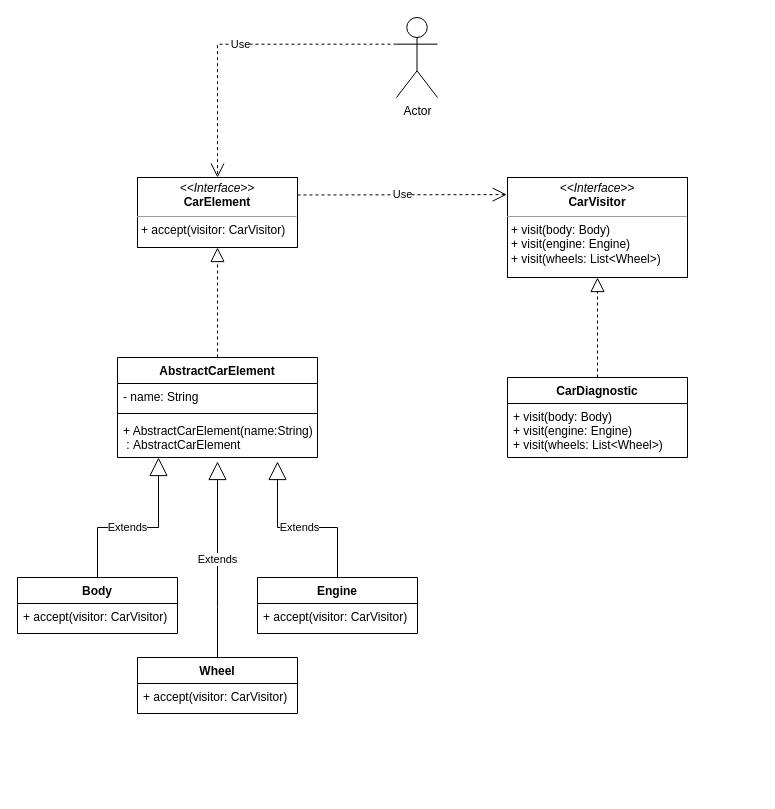
The draw.io diagram src/behavioral/visitor/vistor.drawio in SichniyAndriy/Avada_Task-5_Patterns, before the edit. Source tidied: cells renumbered, new cells numbered last; positions are measured from the earlier drawing's top-left corner, leaving out a move shared by most shapes. Both pictures are drawn from the tidied source at 100%, with x=0, y=0 at pixel (17, 17).
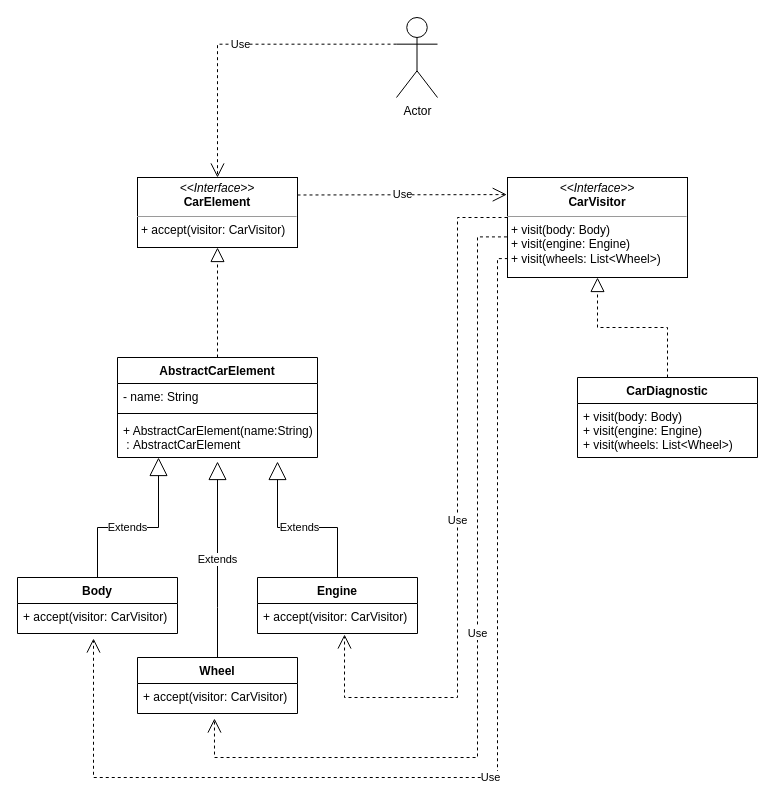
After the change.

Commit message:
fix visitor diagram

The change refers to these unchanged cells:
```xml
<mxCell id="2" value="&lt;p style=&quot;margin:0px;margin-top:4px;text-align:center;&quot;&gt;&lt;i&gt;&amp;lt;&amp;lt;Interface&amp;gt;&amp;gt;&lt;/i&gt;&lt;br&gt;&lt;b&gt;CarVisitor&lt;/b&gt;&lt;/p&gt;&lt;hr size=&quot;1&quot;&gt;&lt;p style=&quot;margin:0px;margin-left:4px;&quot;&gt;&lt;span style=&quot;background-color: initial;&quot;&gt;+ visit(body: Body)&lt;/span&gt;&lt;br&gt;&lt;/p&gt;&lt;p style=&quot;margin:0px;margin-left:4px;&quot;&gt;+ visit(engine: Engine)&lt;br&gt;+ visit(wheels: List&amp;lt;Wheel&amp;gt;)&lt;/p&gt;&lt;p style=&quot;margin:0px;margin-left:4px;&quot;&gt;&lt;br&gt;&lt;/p&gt;" style="verticalAlign=top;align=left;overflow=fill;fontSize=12;fontFamily=Helvetica;html=1;" parent="1" vertex="1">
  <mxGeometry x="490" y="160" width="180" height="100" as="geometry" />
</mxCell>
<mxCell id="5" value="+ accept(visitor: CarVisitor)" style="text;strokeColor=none;fillColor=none;align=left;verticalAlign=top;spacingLeft=4;spacingRight=4;overflow=hidden;points=[[0,0.5],[1,0.5]];portConstraint=eastwest;" parent="4" vertex="1">
  <mxGeometry y="26" width="160" height="30" as="geometry" />
</mxCell>
<mxCell id="7" value="+ accept(visitor: CarVisitor)" style="text;strokeColor=none;fillColor=none;align=left;verticalAlign=top;spacingLeft=4;spacingRight=4;overflow=hidden;points=[[0,0.5],[1,0.5]];portConstraint=eastwest;" parent="6" vertex="1">
  <mxGeometry y="26" width="160" height="30" as="geometry" />
</mxCell>
<mxCell id="9" value="+ accept(visitor: CarVisitor)" style="text;strokeColor=none;fillColor=none;align=left;verticalAlign=top;spacingLeft=4;spacingRight=4;overflow=hidden;points=[[0,0.5],[1,0.5]];portConstraint=eastwest;" parent="8" vertex="1">
  <mxGeometry y="26" width="160" height="30" as="geometry" />
</mxCell>
```

The edit, as a diff of the source:
```diff
@@
     <mxCell id="11" value="CarDiagnostic" style="swimlane;fontStyle=1;align=center;verticalAlign=top;horizontal=1;startSize=26;" parent="1" vertex="1">
-      <mxGeometry x="490" y="360" width="180" height="80" as="geometry" />
+      <mxGeometry x="560" y="360" width="180" height="80" as="geometry" />
     </mxCell>
@@
-    <mxCell id="13" style="endArrow=block;dashed=1;endFill=0;endSize=12;html=1;rounded=0;exitX=0.5;exitY=0;exitDx=0;exitDy=0;entryX=0.5;entryY=1;entryDx=0;entryDy=0;" parent="1" edge="1" source="11" target="2">
+    <mxCell id="13" style="endArrow=block;dashed=1;endFill=0;endSize=12;html=1;rounded=0;exitX=0.5;exitY=0;exitDx=0;exitDy=0;entryX=0.5;entryY=1;entryDx=0;entryDy=0;edgeStyle=orthogonalEdgeStyle;" parent="1" edge="1" source="11" target="2">
       <mxGeometry relative="1" as="geometry" />
     </mxCell>
@@
+    <mxCell id="24" value="Use" style="endArrow=open;endSize=12;dashed=1;html=1;rounded=0;edgeStyle=orthogonalEdgeStyle;entryX=0.544;entryY=1.033;entryDx=0;entryDy=0;entryPerimeter=0;" parent="1" edge="1" target="9">
+      <mxGeometry relative="1" as="geometry">
+        <mxPoint x="490" y="200" as="sourcePoint" />
+        <Array as="points">
+          <mxPoint x="440" y="200" />
+          <mxPoint x="440" y="680" />
+          <mxPoint x="327" y="680" />
+        </Array>
+      </mxGeometry>
+    </mxCell>
+    <mxCell id="25" value="Use" style="endArrow=open;endSize=12;dashed=1;html=1;rounded=0;entryX=0.481;entryY=1.167;entryDx=0;entryDy=0;entryPerimeter=0;edgeStyle=orthogonalEdgeStyle;exitX=-0.003;exitY=0.594;exitDx=0;exitDy=0;exitPerimeter=0;" parent="1" edge="1" source="2" target="7">
+      <mxGeometry relative="1" as="geometry">
+        <Array as="points">
+          <mxPoint x="460" y="219" />
+          <mxPoint x="460" y="740" />
+          <mxPoint x="197" y="740" />
+        </Array>
+      </mxGeometry>
+    </mxCell>
+    <mxCell id="26" value="Use" style="endArrow=open;endSize=12;dashed=1;html=1;rounded=0;entryX=0.475;entryY=1.167;entryDx=0;entryDy=0;entryPerimeter=0;edgeStyle=orthogonalEdgeStyle;exitX=0.002;exitY=0.811;exitDx=0;exitDy=0;exitPerimeter=0;" parent="1" edge="1" source="2" target="5">
+      <mxGeometry relative="1" as="geometry">
+        <Array as="points">
+          <mxPoint x="480" y="241" />
+          <mxPoint x="480" y="760" />
+          <mxPoint x="76" y="760" />
+        </Array>
+      </mxGeometry>
+    </mxCell>
```
